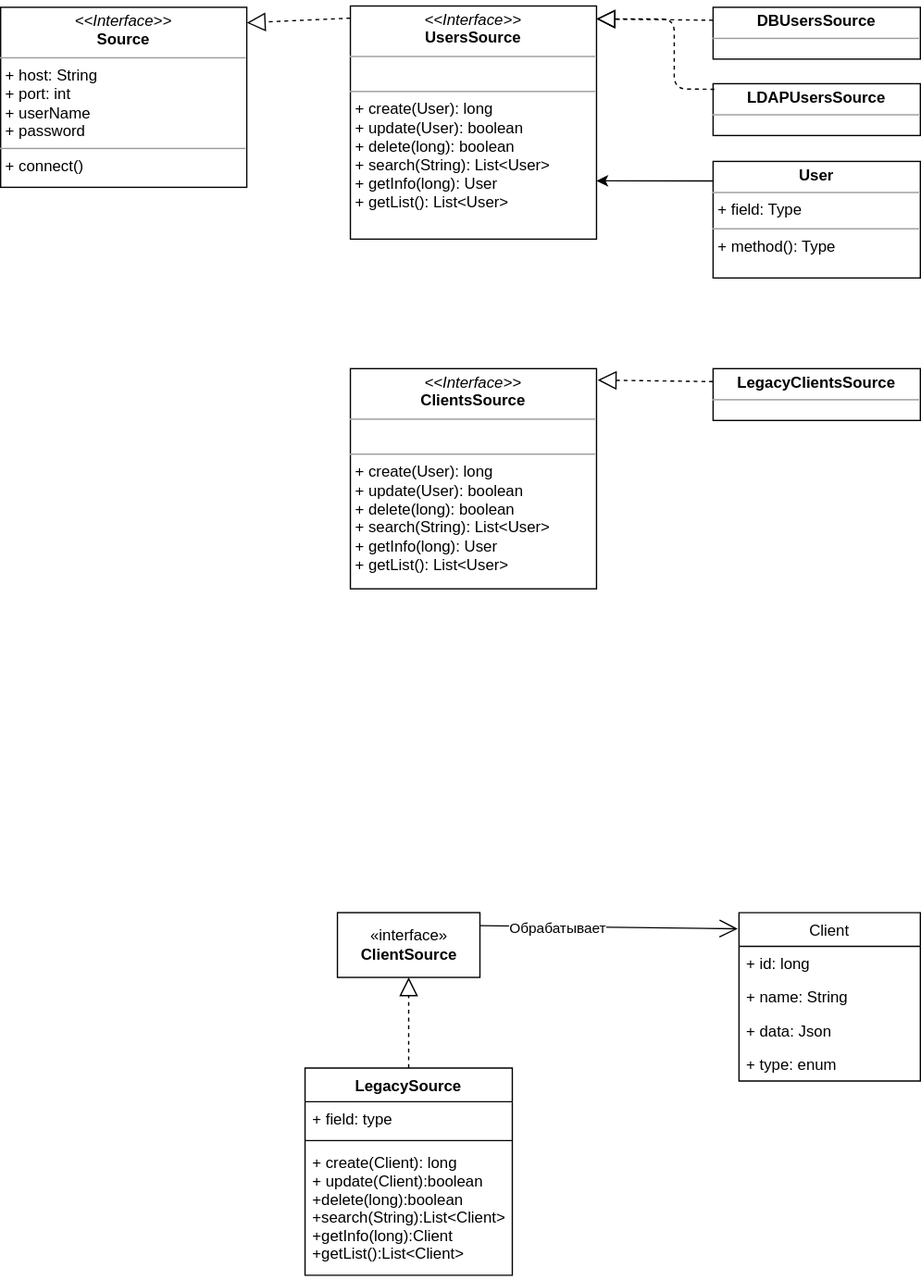
LordOfPhys/project_x keeps this draw.io diagram as ClassDiagram.svg. Above is the earlier version. Source tidied: cells renumbered, new cells last; positions are measured from the earlier drawing's top-left corner, leaving out a move shared by most shapes. Source of this version:
```xml
<mxGraphModel>
  <root>
    <mxCell id="0" />
    <mxCell id="1" parent="0" />
    <mxCell id="2" value="«interface»&lt;br&gt;&lt;b&gt;ClientSource&lt;/b&gt;" style="html=1;" parent="1" vertex="1">
      <mxGeometry x="260" y="700" width="110" height="50" as="geometry" />
    </mxCell>
    <mxCell id="3" value="LegacySource" style="swimlane;fontStyle=1;align=center;verticalAlign=top;horizontal=1;startSize=26;" parent="1" vertex="1">
      <mxGeometry x="235" y="820" width="160" height="160" as="geometry" />
    </mxCell>
    <mxCell id="4" value="+ field: type" style="text;strokeColor=none;fillColor=none;align=left;verticalAlign=top;spacingLeft=4;spacingRight=4;overflow=hidden;" parent="3" vertex="1">
      <mxGeometry y="26" width="160" height="26" as="geometry" />
    </mxCell>
    <mxCell id="5" style="line;strokeWidth=1;fillColor=none;align=left;verticalAlign=middle;spacingTop=-1;spacingLeft=3;spacingRight=3;labelPosition=right;" parent="3" vertex="1">
      <mxGeometry y="52" width="160" height="8" as="geometry" />
    </mxCell>
    <mxCell id="6" value="+ create(Client): long&#10;+ update(Client):boolean&#10;+delete(long):boolean&#10;+search(String):List&lt;Client&gt;&#10;+getInfo(long):Client&#10;+getList():List&lt;Client&gt;" style="text;strokeColor=none;fillColor=none;align=left;verticalAlign=top;spacingLeft=4;spacingRight=4;overflow=hidden;" parent="3" vertex="1">
      <mxGeometry y="60" width="160" height="100" as="geometry" />
    </mxCell>
    <mxCell id="7" style="endArrow=block;dashed=1;endFill=0;endSize=12;html=1;entryX=0.5;entryY=1;entryDx=0;entryDy=0;exitX=0.5;exitY=0;exitDx=0;exitDy=0;" parent="1" edge="1" source="3" target="2">
      <mxGeometry relative="1" as="geometry" />
    </mxCell>
    <mxCell id="8" style="endArrow=open;endFill=1;endSize=12;html=1;entryX=-0.007;entryY=0.096;entryDx=0;entryDy=0;entryPerimeter=0;" parent="1" edge="1" target="10">
      <mxGeometry relative="1" as="geometry">
        <mxPoint x="370" y="710" as="sourcePoint" />
      </mxGeometry>
    </mxCell>
    <mxCell id="9" value="Обрабатывает" style="edgeLabel;html=1;align=center;verticalAlign=middle;" parent="8" vertex="1">
      <mxGeometry x="-0.39" y="-1" relative="1" as="geometry" />
    </mxCell>
    <mxCell id="10" value="Client" style="swimlane;fontStyle=0;horizontal=1;startSize=26;fillColor=none;" parent="1" vertex="1">
      <mxGeometry x="570" y="700" width="140" height="130" as="geometry" />
    </mxCell>
    <mxCell id="11" value="+ id: long" style="text;strokeColor=none;fillColor=none;align=left;verticalAlign=top;spacingLeft=4;spacingRight=4;overflow=hidden;" parent="10" vertex="1">
      <mxGeometry y="26" width="140" height="26" as="geometry" />
    </mxCell>
    <mxCell id="12" value="+ name: String" style="text;strokeColor=none;fillColor=none;align=left;verticalAlign=top;spacingLeft=4;spacingRight=4;overflow=hidden;" parent="10" vertex="1">
      <mxGeometry y="52" width="140" height="26" as="geometry" />
    </mxCell>
    <mxCell id="13" value="+ data: Json" style="text;strokeColor=none;fillColor=none;align=left;verticalAlign=top;spacingLeft=4;spacingRight=4;overflow=hidden;" parent="10" vertex="1">
      <mxGeometry y="78" width="140" height="26" as="geometry" />
    </mxCell>
    <mxCell id="14" value="+ type: enum" style="text;strokeColor=none;fillColor=none;align=left;verticalAlign=top;spacingLeft=4;spacingRight=4;overflow=hidden;" parent="10" vertex="1">
      <mxGeometry y="104" width="140" height="26" as="geometry" />
    </mxCell>
    <mxCell id="15" value="&lt;p style=&quot;margin: 0px ; margin-top: 4px ; text-align: center&quot;&gt;&lt;i&gt;&amp;lt;&amp;lt;Interface&amp;gt;&amp;gt;&lt;/i&gt;&lt;br&gt;&lt;b&gt;UsersSource&lt;/b&gt;&lt;/p&gt;&lt;hr size=&quot;1&quot;&gt;&lt;p style=&quot;margin: 0px ; margin-left: 4px&quot;&gt;&lt;br&gt;&lt;/p&gt;&lt;hr size=&quot;1&quot;&gt;&lt;p style=&quot;margin: 0px ; margin-left: 4px&quot;&gt;&lt;span&gt;+ create(User): long&lt;/span&gt;&lt;br&gt;&lt;/p&gt;&lt;p style=&quot;margin: 0px ; margin-left: 4px&quot;&gt;+ update(User): boolean&lt;/p&gt;&lt;p style=&quot;margin: 0px ; margin-left: 4px&quot;&gt;+ delete(long): boolean&lt;/p&gt;&lt;p style=&quot;margin: 0px ; margin-left: 4px&quot;&gt;+ search(String): List&amp;lt;User&amp;gt;&lt;/p&gt;&lt;p style=&quot;margin: 0px ; margin-left: 4px&quot;&gt;+ getInfo(long): User&lt;/p&gt;&lt;p style=&quot;margin: 0px ; margin-left: 4px&quot;&gt;+ getList(): List&amp;lt;User&amp;gt;&amp;nbsp;&lt;/p&gt;&lt;p style=&quot;margin: 0px ; margin-left: 4px&quot;&gt;&lt;br&gt;&lt;/p&gt;&lt;p style=&quot;margin: 0px ; margin-left: 4px&quot;&gt;&lt;br&gt;&lt;/p&gt;" style="verticalAlign=top;align=left;overflow=fill;fontSize=12;fontFamily=Helvetica;html=1;" parent="1" vertex="1">
      <mxGeometry x="270" width="190" height="180" as="geometry" />
    </mxCell>
    <mxCell id="16" value="&lt;p style=&quot;margin: 0px ; margin-top: 4px ; text-align: center&quot;&gt;&lt;b&gt;DBUsersSource&lt;/b&gt;&lt;/p&gt;&lt;hr size=&quot;1&quot;&gt;&lt;p style=&quot;margin: 0px ; margin-left: 4px&quot;&gt;&lt;br&gt;&lt;/p&gt;&lt;p style=&quot;margin: 0px ; margin-left: 4px&quot;&gt;&lt;br&gt;&lt;/p&gt;&lt;p style=&quot;margin: 0px ; margin-left: 4px&quot;&gt;&lt;br&gt;&lt;/p&gt;&lt;p style=&quot;margin: 0px ; margin-left: 4px&quot;&gt;&lt;br&gt;&lt;/p&gt;&lt;p style=&quot;margin: 0px ; margin-left: 4px&quot;&gt;&lt;br&gt;&lt;/p&gt;&lt;hr size=&quot;1&quot;&gt;&lt;p style=&quot;margin: 0px ; margin-left: 4px&quot;&gt;&lt;br&gt;&lt;/p&gt;" style="verticalAlign=top;align=left;overflow=fill;fontSize=12;fontFamily=Helvetica;html=1;" parent="1" vertex="1">
      <mxGeometry x="550" y="1" width="160" height="40" as="geometry" />
    </mxCell>
    <mxCell id="17" style="endArrow=block;dashed=1;endFill=0;endSize=12;html=1;exitX=0;exitY=0.25;exitDx=0;exitDy=0;" parent="1" edge="1" source="16">
      <mxGeometry relative="1" as="geometry">
        <mxPoint x="460" y="10" as="targetPoint" />
      </mxGeometry>
    </mxCell>
    <mxCell id="18" value="&lt;p style=&quot;margin: 0px ; margin-top: 4px ; text-align: center&quot;&gt;&lt;b&gt;LDAPUsersSource&lt;/b&gt;&lt;/p&gt;&lt;hr size=&quot;1&quot;&gt;&lt;p style=&quot;margin: 0px ; margin-left: 4px&quot;&gt;&lt;br&gt;&lt;/p&gt;&lt;p style=&quot;margin: 0px ; margin-left: 4px&quot;&gt;&lt;br&gt;&lt;/p&gt;&lt;p style=&quot;margin: 0px ; margin-left: 4px&quot;&gt;&lt;br&gt;&lt;/p&gt;&lt;p style=&quot;margin: 0px ; margin-left: 4px&quot;&gt;&lt;br&gt;&lt;/p&gt;&lt;p style=&quot;margin: 0px ; margin-left: 4px&quot;&gt;&lt;br&gt;&lt;/p&gt;&lt;hr size=&quot;1&quot;&gt;&lt;p style=&quot;margin: 0px ; margin-left: 4px&quot;&gt;&lt;br&gt;&lt;/p&gt;" style="verticalAlign=top;align=left;overflow=fill;fontSize=12;fontFamily=Helvetica;html=1;" parent="1" vertex="1">
      <mxGeometry x="550" y="60" width="160" height="40" as="geometry" />
    </mxCell>
    <mxCell id="19" style="endArrow=block;dashed=1;endFill=0;endSize=12;html=1;exitX=0.006;exitY=0.108;exitDx=0;exitDy=0;exitPerimeter=0;" parent="1" edge="1" source="18">
      <mxGeometry relative="1" as="geometry">
        <mxPoint x="460" y="10" as="targetPoint" />
        <Array as="points">
          <mxPoint x="520" y="64" />
          <mxPoint x="520" y="10" />
        </Array>
      </mxGeometry>
    </mxCell>
    <mxCell id="20" value="&lt;p style=&quot;margin: 0px ; margin-top: 4px ; text-align: center&quot;&gt;&lt;i&gt;&amp;lt;&amp;lt;Interface&amp;gt;&amp;gt;&lt;/i&gt;&lt;br&gt;&lt;b&gt;Source&lt;/b&gt;&lt;/p&gt;&lt;hr size=&quot;1&quot;&gt;&lt;p style=&quot;margin: 0px 0px 0px 4px&quot;&gt;+ host: String&lt;br&gt;+ port: int&lt;/p&gt;&lt;p style=&quot;margin: 0px 0px 0px 4px&quot;&gt;+ userName&lt;/p&gt;&lt;p style=&quot;margin: 0px 0px 0px 4px&quot;&gt;+ password&lt;/p&gt;&lt;hr size=&quot;1&quot;&gt;&lt;p style=&quot;margin: 0px 0px 0px 4px&quot;&gt;+ connect()&lt;/p&gt;&lt;div&gt;&lt;br&gt;&lt;/div&gt;" style="verticalAlign=top;align=left;overflow=fill;fontSize=12;fontFamily=Helvetica;html=1;" parent="1" vertex="1">
      <mxGeometry y="1" width="190" height="139" as="geometry" />
    </mxCell>
    <mxCell id="21" style="endArrow=block;dashed=1;endFill=0;endSize=12;html=1;entryX=1;entryY=0.086;entryDx=0;entryDy=0;entryPerimeter=0;exitX=0;exitY=0.052;exitDx=0;exitDy=0;exitPerimeter=0;" parent="1" edge="1" source="15" target="20">
      <mxGeometry relative="1" as="geometry" />
    </mxCell>
    <mxCell id="22" value="&lt;p style=&quot;margin: 0px ; margin-top: 4px ; text-align: center&quot;&gt;&lt;i&gt;&amp;lt;&amp;lt;Interface&amp;gt;&amp;gt;&lt;/i&gt;&lt;br&gt;&lt;b&gt;ClientsSource&lt;/b&gt;&lt;/p&gt;&lt;hr size=&quot;1&quot;&gt;&lt;p style=&quot;margin: 0px ; margin-left: 4px&quot;&gt;&lt;br&gt;&lt;/p&gt;&lt;hr size=&quot;1&quot;&gt;&lt;p style=&quot;margin: 0px ; margin-left: 4px&quot;&gt;&lt;span&gt;+ create(User): long&lt;/span&gt;&lt;br&gt;&lt;/p&gt;&lt;p style=&quot;margin: 0px ; margin-left: 4px&quot;&gt;+ update(User): boolean&lt;/p&gt;&lt;p style=&quot;margin: 0px ; margin-left: 4px&quot;&gt;+ delete(long): boolean&lt;/p&gt;&lt;p style=&quot;margin: 0px ; margin-left: 4px&quot;&gt;+ search(String): List&amp;lt;User&amp;gt;&lt;/p&gt;&lt;p style=&quot;margin: 0px ; margin-left: 4px&quot;&gt;+ getInfo(long): User&lt;/p&gt;&lt;p style=&quot;margin: 0px ; margin-left: 4px&quot;&gt;+ getList(): List&amp;lt;User&amp;gt;&amp;nbsp;&lt;/p&gt;&lt;p style=&quot;margin: 0px ; margin-left: 4px&quot;&gt;&lt;br&gt;&lt;/p&gt;&lt;p style=&quot;margin: 0px ; margin-left: 4px&quot;&gt;&lt;br&gt;&lt;/p&gt;" style="verticalAlign=top;align=left;overflow=fill;fontSize=12;fontFamily=Helvetica;html=1;" parent="1" vertex="1">
      <mxGeometry x="270" y="280" width="190" height="170" as="geometry" />
    </mxCell>
    <mxCell id="23" value="&lt;p style=&quot;margin: 0px ; margin-top: 4px ; text-align: center&quot;&gt;&lt;b&gt;LegacyClientsSource&lt;/b&gt;&lt;/p&gt;&lt;hr size=&quot;1&quot;&gt;&lt;p style=&quot;margin: 0px ; margin-left: 4px&quot;&gt;&lt;br&gt;&lt;/p&gt;&lt;p style=&quot;margin: 0px ; margin-left: 4px&quot;&gt;&lt;br&gt;&lt;/p&gt;&lt;p style=&quot;margin: 0px ; margin-left: 4px&quot;&gt;&lt;br&gt;&lt;/p&gt;&lt;p style=&quot;margin: 0px ; margin-left: 4px&quot;&gt;&lt;br&gt;&lt;/p&gt;&lt;p style=&quot;margin: 0px ; margin-left: 4px&quot;&gt;&lt;br&gt;&lt;/p&gt;&lt;hr size=&quot;1&quot;&gt;&lt;p style=&quot;margin: 0px ; margin-left: 4px&quot;&gt;&lt;br&gt;&lt;/p&gt;" style="verticalAlign=top;align=left;overflow=fill;fontSize=12;fontFamily=Helvetica;html=1;" parent="1" vertex="1">
      <mxGeometry x="550" y="280" width="160" height="40" as="geometry" />
    </mxCell>
    <mxCell id="24" style="endArrow=block;dashed=1;endFill=0;endSize=12;html=1;entryX=1.005;entryY=0.052;entryDx=0;entryDy=0;entryPerimeter=0;exitX=0;exitY=0.25;exitDx=0;exitDy=0;" parent="1" edge="1" source="23" target="22">
      <mxGeometry relative="1" as="geometry" />
    </mxCell>
    <mxCell id="25" style="edgeStyle=orthogonalEdgeStyle;rounded=0;jettySize=auto;html=1;exitX=0;exitY=0.167;exitDx=0;exitDy=0;entryX=1;entryY=0.75;entryDx=0;entryDy=0;exitPerimeter=0;" parent="1" edge="1" source="26" target="15">
      <mxGeometry relative="1" as="geometry" />
    </mxCell>
    <mxCell id="26" value="&lt;p style=&quot;margin: 0px ; margin-top: 4px ; text-align: center&quot;&gt;&lt;b&gt;User&lt;/b&gt;&lt;/p&gt;&lt;hr size=&quot;1&quot;&gt;&lt;p style=&quot;margin: 0px ; margin-left: 4px&quot;&gt;+ field: Type&lt;/p&gt;&lt;hr size=&quot;1&quot;&gt;&lt;p style=&quot;margin: 0px ; margin-left: 4px&quot;&gt;+ method(): Type&lt;/p&gt;" style="verticalAlign=top;align=left;overflow=fill;fontSize=12;fontFamily=Helvetica;html=1;" parent="1" vertex="1">
      <mxGeometry x="550" y="120" width="160" height="90" as="geometry" />
    </mxCell>
  </root>
</mxGraphModel>
```
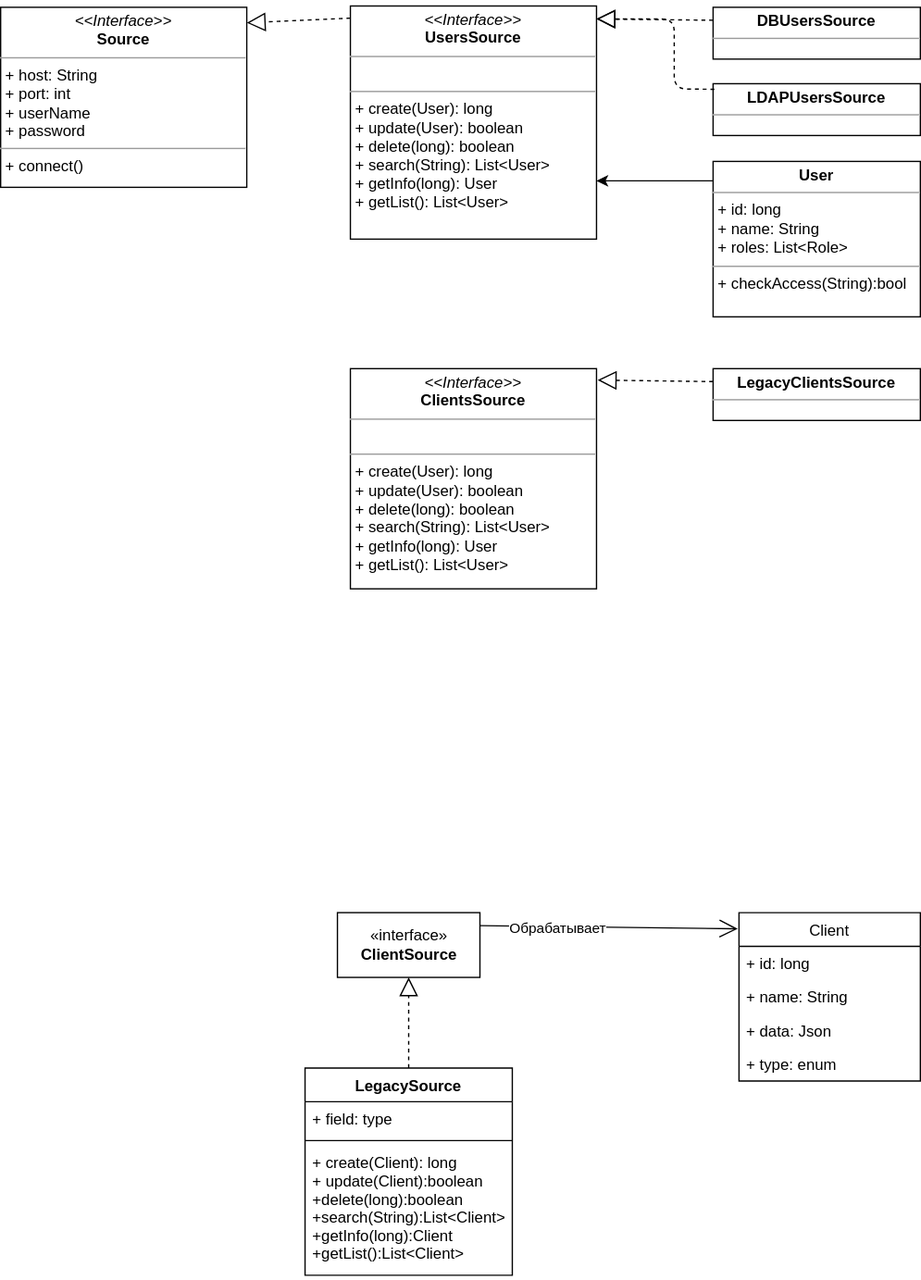
Above is the later version.

What changed in the source:
```diff
@@ -81,11 +81,11 @@
     <mxCell id="24" style="endArrow=block;dashed=1;endFill=0;endSize=12;html=1;entryX=1.005;entryY=0.052;entryDx=0;entryDy=0;entryPerimeter=0;exitX=0;exitY=0.25;exitDx=0;exitDy=0;" parent="1" edge="1" source="23" target="22">
       <mxGeometry relative="1" as="geometry" />
     </mxCell>
-    <mxCell id="25" style="edgeStyle=orthogonalEdgeStyle;rounded=0;jettySize=auto;html=1;exitX=0;exitY=0.167;exitDx=0;exitDy=0;entryX=1;entryY=0.75;entryDx=0;entryDy=0;exitPerimeter=0;" parent="1" edge="1" source="26" target="15">
+    <mxCell id="25" style="edgeStyle=orthogonalEdgeStyle;rounded=0;jettySize=auto;html=1;exitX=0;exitY=0.125;exitDx=0;exitDy=0;entryX=1;entryY=0.75;entryDx=0;entryDy=0;exitPerimeter=0;" parent="1" edge="1" source="26" target="15">
       <mxGeometry relative="1" as="geometry" />
     </mxCell>
-    <mxCell id="26" value="&lt;p style=&quot;margin: 0px ; margin-top: 4px ; text-align: center&quot;&gt;&lt;b&gt;User&lt;/b&gt;&lt;/p&gt;&lt;hr size=&quot;1&quot;&gt;&lt;p style=&quot;margin: 0px ; margin-left: 4px&quot;&gt;+ field: Type&lt;/p&gt;&lt;hr size=&quot;1&quot;&gt;&lt;p style=&quot;margin: 0px ; margin-left: 4px&quot;&gt;+ method(): Type&lt;/p&gt;" style="verticalAlign=top;align=left;overflow=fill;fontSize=12;fontFamily=Helvetica;html=1;" parent="1" vertex="1">
-      <mxGeometry x="550" y="120" width="160" height="90" as="geometry" />
+    <mxCell id="26" value="&lt;p style=&quot;margin: 0px ; margin-top: 4px ; text-align: center&quot;&gt;&lt;b&gt;User&lt;/b&gt;&lt;/p&gt;&lt;hr size=&quot;1&quot;&gt;&lt;p style=&quot;margin: 0px ; margin-left: 4px&quot;&gt;+ id: long&lt;/p&gt;&lt;p style=&quot;margin: 0px ; margin-left: 4px&quot;&gt;+ name: String&lt;/p&gt;&lt;p style=&quot;margin: 0px ; margin-left: 4px&quot;&gt;+ roles: List&amp;lt;Role&amp;gt;&lt;/p&gt;&lt;hr size=&quot;1&quot;&gt;&lt;p style=&quot;margin: 0px ; margin-left: 4px&quot;&gt;+ checkAccess(String):bool&lt;/p&gt;" style="verticalAlign=top;align=left;overflow=fill;fontSize=12;fontFamily=Helvetica;html=1;" parent="1" vertex="1">
+      <mxGeometry x="550" y="120" width="160" height="120" as="geometry" />
     </mxCell>
   </root>
 </mxGraphModel>
```
